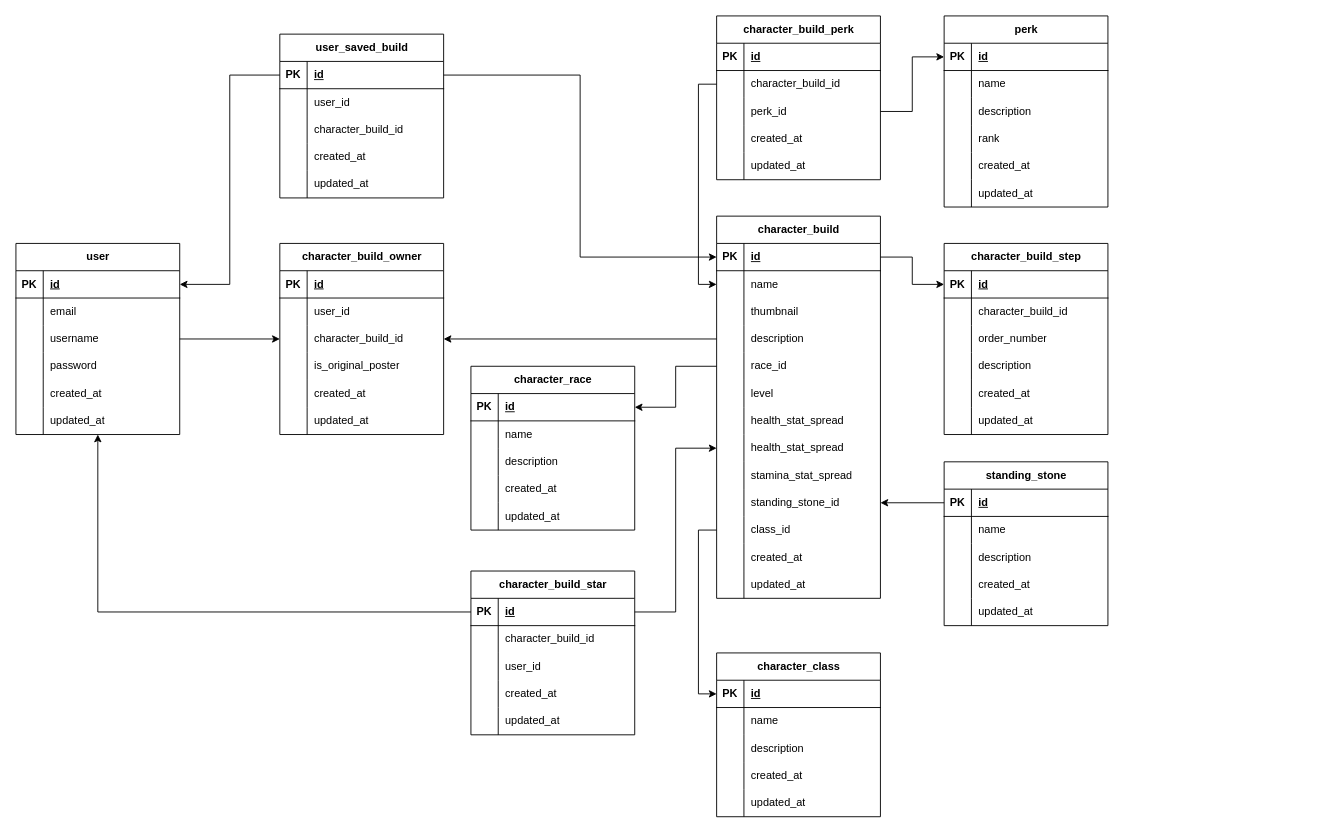
The draw.io diagram diagrams/entity-relationship/erd.drawio in VallenDraa/my-skyrim-builds, before the edit. Source tidied: cells renumbered, new cells numbered last; positions are measured from the earlier drawing's top-left corner, leaving out a move shared by most shapes. Both pictures are drawn from the tidied source at 91%, with x=0, y=0 at pixel (15, 15).
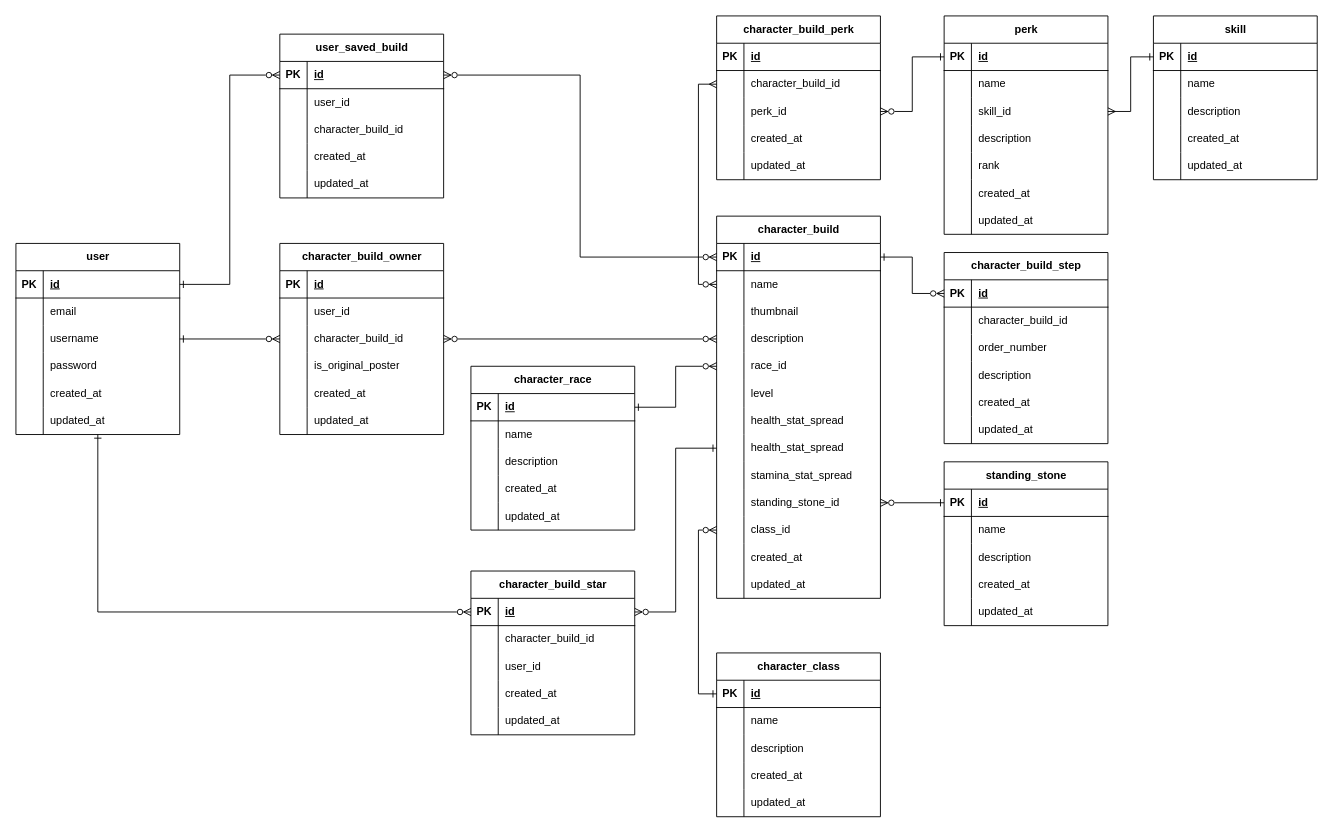
The same diagram, later.

Commit message:
feat(diagrams): add skill table and define relationships between tables

The change refers to these unchanged cells:
```xml
<mxCell id="3" style="shape=tableRow;horizontal=0;startSize=0;swimlaneHead=0;swimlaneBody=0;fillColor=none;points=[[0,0.5],[1,0.5]];portConstraint=eastwest;top=0;left=0;right=0;bottom=1;" parent="2" vertex="1">
  <mxGeometry y="30" width="180" height="30" as="geometry" />
</mxCell>
<mxCell id="9" style="shape=tableRow;horizontal=0;startSize=0;swimlaneHead=0;swimlaneBody=0;fillColor=none;points=[[0,0.5],[1,0.5]];portConstraint=eastwest;top=0;left=0;right=0;bottom=0;" parent="2" vertex="1">
  <mxGeometry y="90" width="180" height="30" as="geometry" />
</mxCell>
<mxCell id="18" style="shape=tableRow;horizontal=0;startSize=0;swimlaneHead=0;swimlaneBody=0;fillColor=none;points=[[0,0.5],[1,0.5]];portConstraint=eastwest;top=0;left=0;right=0;bottom=0;" parent="2" vertex="1">
  <mxGeometry y="180" width="180" height="30" as="geometry" />
</mxCell>
<mxCell id="22" style="shape=tableRow;horizontal=0;startSize=0;swimlaneHead=0;swimlaneBody=0;fillColor=none;points=[[0,0.5],[1,0.5]];portConstraint=eastwest;top=0;left=0;right=0;bottom=1;" parent="21" vertex="1">
  <mxGeometry y="30" width="180" height="30" as="geometry" />
</mxCell>
<mxCell id="25" style="shape=tableRow;horizontal=0;startSize=0;swimlaneHead=0;swimlaneBody=0;fillColor=none;points=[[0,0.5],[1,0.5]];portConstraint=eastwest;top=0;left=0;right=0;bottom=0;" parent="21" vertex="1">
  <mxGeometry y="60" width="180" height="30" as="geometry" />
</mxCell>
<mxCell id="31" style="shape=tableRow;horizontal=0;startSize=0;swimlaneHead=0;swimlaneBody=0;fillColor=none;points=[[0,0.5],[1,0.5]];portConstraint=eastwest;top=0;left=0;right=0;bottom=0;" parent="21" vertex="1">
  <mxGeometry y="120" width="180" height="30" as="geometry" />
</mxCell>
<mxCell id="34" style="shape=tableRow;horizontal=0;startSize=0;swimlaneHead=0;swimlaneBody=0;fillColor=none;points=[[0,0.5],[1,0.5]];portConstraint=eastwest;top=0;left=0;right=0;bottom=0;" parent="21" vertex="1">
  <mxGeometry y="150" width="180" height="30" as="geometry" />
</mxCell>
<mxCell id="43" style="shape=tableRow;horizontal=0;startSize=0;swimlaneHead=0;swimlaneBody=0;fillColor=none;points=[[0,0.5],[1,0.5]];portConstraint=eastwest;top=0;left=0;right=0;bottom=0;" parent="21" vertex="1">
  <mxGeometry y="240" width="180" height="30" as="geometry" />
</mxCell>
<mxCell id="49" style="shape=tableRow;horizontal=0;startSize=0;swimlaneHead=0;swimlaneBody=0;fillColor=none;points=[[0,0.5],[1,0.5]];portConstraint=eastwest;top=0;left=0;right=0;bottom=0;" parent="21" vertex="1">
  <mxGeometry y="300" width="180" height="30" as="geometry" />
</mxCell>
<mxCell id="52" style="shape=tableRow;horizontal=0;startSize=0;swimlaneHead=0;swimlaneBody=0;fillColor=none;points=[[0,0.5],[1,0.5]];portConstraint=eastwest;top=0;left=0;right=0;bottom=0;" parent="21" vertex="1">
  <mxGeometry y="330" width="180" height="30" as="geometry" />
</mxCell>
<mxCell id="62" style="shape=tableRow;horizontal=0;startSize=0;swimlaneHead=0;swimlaneBody=0;fillColor=none;points=[[0,0.5],[1,0.5]];portConstraint=eastwest;top=0;left=0;right=0;bottom=1;" parent="61" vertex="1">
  <mxGeometry y="30" width="180" height="30" as="geometry" />
</mxCell>
<mxCell id="84" style="shape=tableRow;horizontal=0;startSize=0;swimlaneHead=0;swimlaneBody=0;fillColor=none;points=[[0,0.5],[1,0.5]];portConstraint=eastwest;top=0;left=0;right=0;bottom=0;" parent="77" vertex="1">
  <mxGeometry y="90" width="180" height="30" as="geometry" />
</mxCell>
<mxCell id="101" style="shape=tableRow;horizontal=0;startSize=0;swimlaneHead=0;swimlaneBody=0;fillColor=none;points=[[0,0.5],[1,0.5]];portConstraint=eastwest;top=0;left=0;right=0;bottom=1;" parent="100" vertex="1">
  <mxGeometry y="30" width="180" height="30" as="geometry" />
</mxCell>
<mxCell id="121" style="shape=tableRow;horizontal=0;startSize=0;swimlaneHead=0;swimlaneBody=0;fillColor=none;points=[[0,0.5],[1,0.5]];portConstraint=eastwest;top=0;left=0;right=0;bottom=1;" parent="120" vertex="1">
  <mxGeometry y="30" width="180" height="30" as="geometry" />
</mxCell>
<mxCell id="137" style="shape=tableRow;horizontal=0;startSize=0;swimlaneHead=0;swimlaneBody=0;fillColor=none;points=[[0,0.5],[1,0.5]];portConstraint=eastwest;top=0;left=0;right=0;bottom=1;" parent="136" vertex="1">
  <mxGeometry y="30" width="180" height="30" as="geometry" />
</mxCell>
<mxCell id="155" style="shape=tableRow;horizontal=0;startSize=0;swimlaneHead=0;swimlaneBody=0;fillColor=none;points=[[0,0.5],[1,0.5]];portConstraint=eastwest;top=0;left=0;right=0;bottom=1;" parent="154" vertex="1">
  <mxGeometry y="30" width="180" height="30" as="geometry" />
</mxCell>
<mxCell id="172" style="shape=tableRow;horizontal=0;startSize=0;swimlaneHead=0;swimlaneBody=0;fillColor=none;points=[[0,0.5],[1,0.5]];portConstraint=eastwest;top=0;left=0;right=0;bottom=1;" parent="171" vertex="1">
  <mxGeometry y="30" width="180" height="30" as="geometry" />
</mxCell>
<mxCell id="194" style="shape=tableRow;horizontal=0;startSize=0;swimlaneHead=0;swimlaneBody=0;fillColor=none;points=[[0,0.5],[1,0.5]];portConstraint=eastwest;top=0;left=0;right=0;bottom=0;" parent="190" vertex="1">
  <mxGeometry y="60" width="180" height="30" as="geometry" />
</mxCell>
<mxCell id="197" style="shape=tableRow;horizontal=0;startSize=0;swimlaneHead=0;swimlaneBody=0;fillColor=none;points=[[0,0.5],[1,0.5]];portConstraint=eastwest;top=0;left=0;right=0;bottom=0;" parent="190" vertex="1">
  <mxGeometry y="90" width="180" height="30" as="geometry" />
</mxCell>
<mxCell id="209" style="shape=tableRow;horizontal=0;startSize=0;swimlaneHead=0;swimlaneBody=0;fillColor=none;points=[[0,0.5],[1,0.5]];portConstraint=eastwest;top=0;left=0;right=0;bottom=1;" parent="208" vertex="1">
  <mxGeometry y="30" width="180" height="30" as="geometry" />
</mxCell>
```

What changed in the source:
```diff
@@
-    <mxCell id="96" style="edgeStyle=orthogonalEdgeStyle;rounded=0;jettySize=auto;html=1;entryX=0;entryY=0.5;entryDx=0;entryDy=0;" parent="1" edge="1" source="9" target="84">
+    <mxCell id="96" style="edgeStyle=orthogonalEdgeStyle;rounded=0;jettySize=auto;html=1;entryX=0;entryY=0.5;entryDx=0;entryDy=0;endArrow=ERzeroToMany;endFill=0;startArrow=ERone;startFill=0;" parent="1" edge="1" source="9" target="84">
       <mxGeometry relative="1" as="geometry" />
     </mxCell>
-    <mxCell id="97" style="edgeStyle=orthogonalEdgeStyle;rounded=0;jettySize=auto;html=1;" parent="1" edge="1" source="31" target="84">
+    <mxCell id="97" style="edgeStyle=orthogonalEdgeStyle;rounded=0;jettySize=auto;html=1;startArrow=ERzeroToMany;startFill=0;endArrow=ERzeroToMany;endFill=0;" parent="1" edge="1" source="31" target="84">
       <mxGeometry relative="1" as="geometry" />
     </mxCell>
-    <mxCell id="98" style="edgeStyle=orthogonalEdgeStyle;rounded=0;jettySize=auto;html=1;" parent="1" edge="1" source="62" target="3">
+    <mxCell id="98" style="edgeStyle=orthogonalEdgeStyle;rounded=0;jettySize=auto;html=1;endArrow=ERone;endFill=0;startArrow=ERzeroToMany;startFill=0;" parent="1" edge="1" source="62" target="3">
       <mxGeometry relative="1" as="geometry" />
     </mxCell>
-    <mxCell id="99" style="edgeStyle=orthogonalEdgeStyle;rounded=0;jettySize=auto;html=1;" parent="1" edge="1" source="62" target="22">
+    <mxCell id="99" style="edgeStyle=orthogonalEdgeStyle;rounded=0;jettySize=auto;html=1;endArrow=ERzeroToMany;endFill=0;startArrow=ERzeroToMany;startFill=0;" parent="1" edge="1" source="62" target="22">
       <mxGeometry relative="1" as="geometry" />
     </mxCell>
     <mxCell id="100" value="character_build_step" style="shape=table;startSize=30;childLayout=tableLayout;rowLines=0;fontStyle=1;align=center;html=1;" parent="1" vertex="1">
-      <mxGeometry x="1020" y="250" width="180" height="210" as="geometry" />
+      <mxGeometry x="1020" y="260" width="180" height="210" as="geometry" />
     </mxCell>
@@
-    <mxCell id="119" style="edgeStyle=orthogonalEdgeStyle;rounded=0;jettySize=auto;html=1;" parent="1" edge="1" source="22" target="101">
+    <mxCell id="119" style="edgeStyle=orthogonalEdgeStyle;rounded=0;jettySize=auto;html=1;startArrow=ERone;startFill=0;endArrow=ERzeroToMany;endFill=0;" parent="1" edge="1" source="22" target="101">
       <mxGeometry relative="1" as="geometry" />
     </mxCell>
@@
-    <mxCell id="152" style="edgeStyle=orthogonalEdgeStyle;rounded=0;jettySize=auto;html=1;entryX=0;entryY=0.5;entryDx=0;entryDy=0;" parent="1" edge="1" source="52" target="137">
+    <mxCell id="152" style="edgeStyle=orthogonalEdgeStyle;rounded=0;jettySize=auto;html=1;entryX=0;entryY=0.5;entryDx=0;entryDy=0;endArrow=ERone;endFill=0;startArrow=ERzeroToMany;startFill=0;" parent="1" edge="1" source="52" target="137">
       <mxGeometry relative="1" as="geometry" />
     </mxCell>
-    <mxCell id="153" style="edgeStyle=orthogonalEdgeStyle;rounded=0;jettySize=auto;html=1;" parent="1" edge="1" source="121" target="49">
+    <mxCell id="153" style="edgeStyle=orthogonalEdgeStyle;rounded=0;jettySize=auto;html=1;startArrow=ERone;startFill=0;endArrow=ERzeroToMany;endFill=0;" parent="1" edge="1" source="121" target="49">
       <mxGeometry relative="1" as="geometry" />
     </mxCell>
@@
-    <mxCell id="170" style="edgeStyle=orthogonalEdgeStyle;rounded=0;jettySize=auto;html=1;" parent="1" edge="1" source="34" target="155">
+    <mxCell id="170" style="edgeStyle=orthogonalEdgeStyle;rounded=0;jettySize=auto;html=1;endArrow=ERone;endFill=0;startArrow=ERzeroToMany;startFill=0;" parent="1" edge="1" source="34" target="155">
       <mxGeometry relative="1" as="geometry" />
     </mxCell>
     <mxCell id="171" value="perk" style="shape=table;startSize=30;childLayout=tableLayout;rowLines=0;fontStyle=1;align=center;html=1;" parent="1" vertex="1">
-      <mxGeometry x="1020" width="180" height="210" as="geometry" />
+      <mxGeometry x="1020" width="180" height="240" as="geometry" />
     </mxCell>
@@
+    <mxCell id="226" style="shape=tableRow;horizontal=0;startSize=0;swimlaneHead=0;swimlaneBody=0;fillColor=none;points=[[0,0.5],[1,0.5]];portConstraint=eastwest;top=0;left=0;right=0;bottom=0;" parent="171" vertex="1">
+      <mxGeometry y="90" width="180" height="30" as="geometry" />
+    </mxCell>
+    <mxCell id="227" style="shape=partialRectangle;fillColor=none;top=0;left=0;bottom=0;right=0;overflow=hidden;whiteSpace=wrap;html=1;" parent="226" vertex="1">
+      <mxGeometry width="30" height="30" as="geometry" />
+    </mxCell>
+    <mxCell id="228" value="skill_id" style="shape=partialRectangle;fillColor=none;top=0;left=0;bottom=0;right=0;align=left;spacingLeft=6;overflow=hidden;whiteSpace=wrap;html=1;" parent="226" vertex="1">
+      <mxGeometry x="30" width="150" height="30" as="geometry" />
+    </mxCell>
     <mxCell id="178" style="shape=tableRow;horizontal=0;startSize=0;swimlaneHead=0;swimlaneBody=0;fillColor=none;top=0;left=0;right=0;bottom=0;" parent="171" vertex="1">
-      <mxGeometry y="90" width="180" height="30" as="geometry" />
+      <mxGeometry y="120" width="180" height="30" as="geometry" />
     </mxCell>
@@
     <mxCell id="181" style="shape=tableRow;horizontal=0;startSize=0;swimlaneHead=0;swimlaneBody=0;fillColor=none;top=0;left=0;right=0;bottom=0;" parent="171" vertex="1">
-      <mxGeometry y="120" width="180" height="30" as="geometry" />
+      <mxGeometry y="150" width="180" height="30" as="geometry" />
     </mxCell>
@@
     <mxCell id="184" style="shape=tableRow;horizontal=0;startSize=0;swimlaneHead=0;swimlaneBody=0;fillColor=none;top=0;left=0;right=0;bottom=0;" parent="171" vertex="1">
-      <mxGeometry y="150" width="180" height="30" as="geometry" />
+      <mxGeometry y="180" width="180" height="30" as="geometry" />
     </mxCell>
@@
     <mxCell id="187" style="shape=tableRow;horizontal=0;startSize=0;swimlaneHead=0;swimlaneBody=0;fillColor=none;top=0;left=0;right=0;bottom=0;" parent="171" vertex="1">
-      <mxGeometry y="180" width="180" height="30" as="geometry" />
+      <mxGeometry y="210" width="180" height="30" as="geometry" />
     </mxCell>
@@
-    <mxCell id="206" style="edgeStyle=orthogonalEdgeStyle;rounded=0;jettySize=auto;html=1;entryX=0;entryY=0.5;entryDx=0;entryDy=0;" parent="1" edge="1" source="194" target="25">
+    <mxCell id="206" style="edgeStyle=orthogonalEdgeStyle;rounded=0;jettySize=auto;html=1;entryX=0;entryY=0.5;entryDx=0;entryDy=0;endArrow=ERzeroToMany;endFill=0;startArrow=ERmany;startFill=0;" parent="1" edge="1" source="194" target="25">
       <mxGeometry relative="1" as="geometry" />
     </mxCell>
-    <mxCell id="207" style="edgeStyle=orthogonalEdgeStyle;rounded=0;jettySize=auto;html=1;" parent="1" edge="1" source="197" target="172">
+    <mxCell id="207" style="edgeStyle=orthogonalEdgeStyle;rounded=0;jettySize=auto;html=1;endArrow=ERone;endFill=0;startArrow=ERzeroToMany;startFill=0;" parent="1" edge="1" source="197" target="172">
       <mxGeometry relative="1" as="geometry" />
     </mxCell>
@@
-    <mxCell id="224" style="edgeStyle=orthogonalEdgeStyle;rounded=0;jettySize=auto;html=1;" parent="1" edge="1" source="209" target="43">
+    <mxCell id="224" style="edgeStyle=orthogonalEdgeStyle;rounded=0;jettySize=auto;html=1;endArrow=ERone;endFill=0;startArrow=ERzeroToMany;startFill=0;" parent="1" edge="1" source="209" target="43">
       <mxGeometry relative="1" as="geometry" />
     </mxCell>
-    <mxCell id="225" style="edgeStyle=orthogonalEdgeStyle;rounded=0;jettySize=auto;html=1;" parent="1" edge="1" source="209" target="18">
+    <mxCell id="225" style="edgeStyle=orthogonalEdgeStyle;rounded=0;jettySize=auto;html=1;startArrow=ERzeroToMany;startFill=0;endArrow=ERone;endFill=0;" parent="1" edge="1" source="209" target="18">
       <mxGeometry relative="1" as="geometry">
         <Array as="points">
           <mxPoint x="90" y="655" />
         </Array>
       </mxGeometry>
     </mxCell>
+    <mxCell id="229" value="skill" style="shape=table;startSize=30;childLayout=tableLayout;rowLines=0;fontStyle=1;align=center;html=1;" parent="1" vertex="1">
+      <mxGeometry x="1250" width="180" height="180" as="geometry" />
+    </mxCell>
+    <mxCell id="230" style="shape=tableRow;horizontal=0;startSize=0;swimlaneHead=0;swimlaneBody=0;fillColor=none;points=[[0,0.5],[1,0.5]];portConstraint=eastwest;top=0;left=0;right=0;bottom=1;" parent="229" vertex="1">
+      <mxGeometry y="30" width="180" height="30" as="geometry" />
+    </mxCell>
+    <mxCell id="231" value="PK" style="shape=partialRectangle;fillColor=none;top=0;left=0;bottom=0;right=0;fontStyle=1;overflow=hidden;whiteSpace=wrap;html=1;" parent="230" vertex="1">
+      <mxGeometry width="30" height="30" as="geometry" />
+    </mxCell>
+    <mxCell id="232" value="id" style="shape=partialRectangle;fillColor=none;top=0;left=0;bottom=0;right=0;align=left;spacingLeft=6;fontStyle=5;overflow=hidden;whiteSpace=wrap;html=1;" parent="230" vertex="1">
+      <mxGeometry x="30" width="150" height="30" as="geometry" />
+    </mxCell>
+    <mxCell id="233" style="shape=tableRow;horizontal=0;startSize=0;swimlaneHead=0;swimlaneBody=0;fillColor=none;top=0;left=0;right=0;bottom=0;" parent="229" vertex="1">
+      <mxGeometry y="60" width="180" height="30" as="geometry" />
+    </mxCell>
+    <mxCell id="234" style="shape=partialRectangle;fillColor=none;top=0;left=0;bottom=0;right=0;overflow=hidden;whiteSpace=wrap;html=1;" parent="233" vertex="1">
+      <mxGeometry width="30" height="30" as="geometry" />
+    </mxCell>
+    <mxCell id="235" value="name" style="shape=partialRectangle;fillColor=none;top=0;left=0;bottom=0;right=0;align=left;spacingLeft=6;overflow=hidden;whiteSpace=wrap;html=1;" parent="233" vertex="1">
+      <mxGeometry x="30" width="150" height="30" as="geometry" />
+    </mxCell>
+    <mxCell id="236" style="shape=tableRow;horizontal=0;startSize=0;swimlaneHead=0;swimlaneBody=0;fillColor=none;top=0;left=0;right=0;bottom=0;" parent="229" vertex="1">
+      <mxGeometry y="90" width="180" height="30" as="geometry" />
+    </mxCell>
+    <mxCell id="237" style="shape=partialRectangle;fillColor=none;top=0;left=0;bottom=0;right=0;overflow=hidden;whiteSpace=wrap;html=1;" parent="236" vertex="1">
+      <mxGeometry width="30" height="30" as="geometry" />
+    </mxCell>
+    <mxCell id="238" value="description" style="shape=partialRectangle;fillColor=none;top=0;left=0;bottom=0;right=0;align=left;spacingLeft=6;overflow=hidden;whiteSpace=wrap;html=1;" parent="236" vertex="1">
+      <mxGeometry x="30" width="150" height="30" as="geometry" />
+    </mxCell>
+    <mxCell id="239" style="shape=tableRow;horizontal=0;startSize=0;swimlaneHead=0;swimlaneBody=0;fillColor=none;top=0;left=0;right=0;bottom=0;" parent="229" vertex="1">
+      <mxGeometry y="120" width="180" height="30" as="geometry" />
+    </mxCell>
+    <mxCell id="240" style="shape=partialRectangle;fillColor=none;top=0;left=0;bottom=0;right=0;overflow=hidden;whiteSpace=wrap;html=1;" parent="239" vertex="1">
+      <mxGeometry width="30" height="30" as="geometry" />
+    </mxCell>
+    <mxCell id="241" value="created_at" style="shape=partialRectangle;fillColor=none;top=0;left=0;bottom=0;right=0;align=left;spacingLeft=6;overflow=hidden;whiteSpace=wrap;html=1;" parent="239" vertex="1">
+      <mxGeometry x="30" width="150" height="30" as="geometry" />
+    </mxCell>
+    <mxCell id="242" style="shape=tableRow;horizontal=0;startSize=0;swimlaneHead=0;swimlaneBody=0;fillColor=none;top=0;left=0;right=0;bottom=0;" parent="229" vertex="1">
+      <mxGeometry y="150" width="180" height="30" as="geometry" />
+    </mxCell>
+    <mxCell id="243" style="shape=partialRectangle;fillColor=none;top=0;left=0;bottom=0;right=0;overflow=hidden;whiteSpace=wrap;html=1;" parent="242" vertex="1">
+      <mxGeometry width="30" height="30" as="geometry" />
+    </mxCell>
+    <mxCell id="244" value="updated_at" style="shape=partialRectangle;fillColor=none;top=0;left=0;bottom=0;right=0;align=left;spacingLeft=6;overflow=hidden;whiteSpace=wrap;html=1;" parent="242" vertex="1">
+      <mxGeometry x="30" width="150" height="30" as="geometry" />
+    </mxCell>
+    <mxCell id="245" style="edgeStyle=orthogonalEdgeStyle;rounded=0;jettySize=auto;html=1;" parent="1" edge="1" target="172">
+      <mxGeometry relative="1" as="geometry" />
+    </mxCell>
+    <mxCell id="246" style="edgeStyle=orthogonalEdgeStyle;rounded=0;jettySize=auto;html=1;endArrow=ERone;endFill=0;startArrow=ERmany;startFill=0;" parent="1" edge="1" source="226" target="230">
+      <mxGeometry relative="1" as="geometry" />
+    </mxCell>
```
